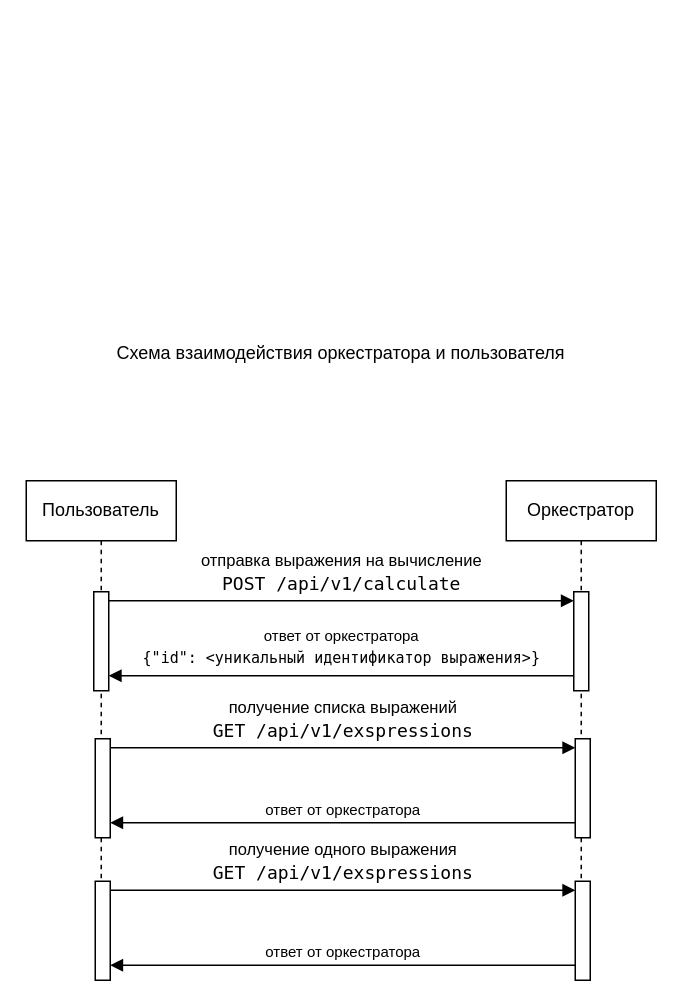
Earlier version of the draw.io diagram docs/пользователь_vs_оркестратор.drawio (raffalskaya/finalTask). Source tidied: cells renumbered, new cells numbered last; positions are measured from the earlier drawing's top-left corner, leaving out a move shared by most shapes. Both pictures are drawn from the tidied source at 150%, with x=0, y=0 at pixel (26, 330).
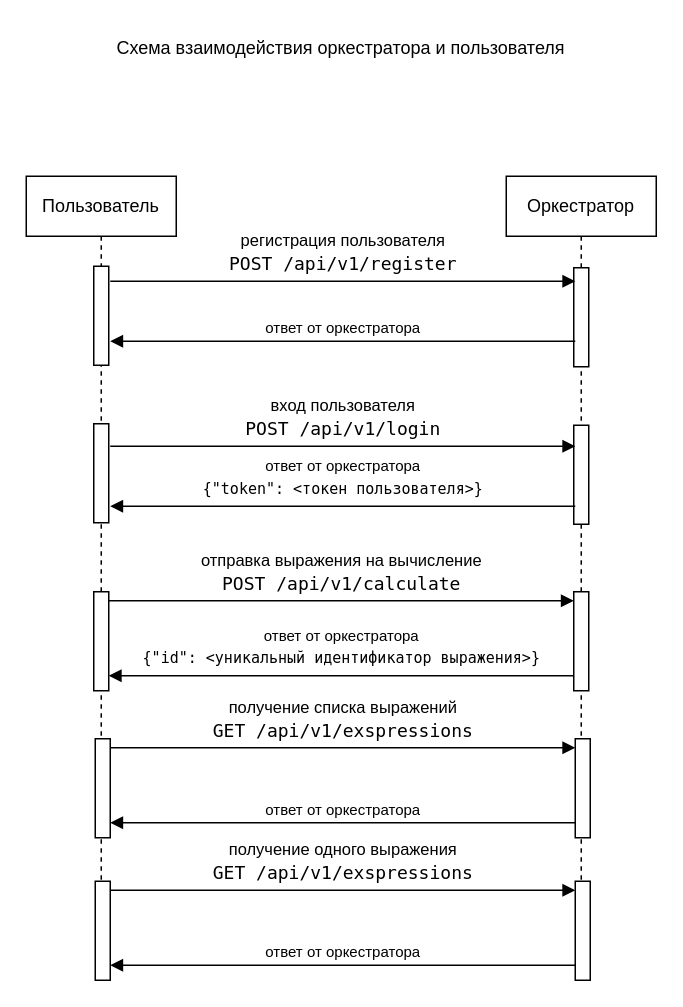
After the change.

Change to the diagram source:
```diff
@@
     <mxCell id="2" value="Пользователь" style="shape=umlLifeline;perimeter=lifelinePerimeter;whiteSpace=wrap;html=1;newEdgeStyle={&quot;edgeStyle&quot;:&quot;elbowEdgeStyle&quot;,&quot;elbow&quot;:&quot;vertical&quot;,&quot;curved&quot;:0,&quot;rounded&quot;:0};" parent="1" vertex="1">
-      <mxGeometry y="100" width="100" height="300" as="geometry" />
+      <mxGeometry y="-103" width="100" height="530" as="geometry" />
     </mxCell>
     <mxCell id="3" style="html=1;perimeter=orthogonalPerimeter;targetShapes=umlLifeline;newEdgeStyle={&quot;edgeStyle&quot;:&quot;elbowEdgeStyle&quot;,&quot;elbow&quot;:&quot;vertical&quot;,&quot;curved&quot;:0,&quot;rounded&quot;:0};" parent="2" vertex="1">
-      <mxGeometry x="45" y="74" width="10" height="66" as="geometry" />
+      <mxGeometry x="45" y="277" width="10" height="66" as="geometry" />
     </mxCell>
     <mxCell id="4" value="Оркестратор" style="shape=umlLifeline;perimeter=lifelinePerimeter;whiteSpace=wrap;html=1;newEdgeStyle={&quot;edgeStyle&quot;:&quot;elbowEdgeStyle&quot;,&quot;elbow&quot;:&quot;vertical&quot;,&quot;curved&quot;:0,&quot;rounded&quot;:0};" parent="1" vertex="1">
-      <mxGeometry x="320" y="100" width="100" height="300" as="geometry" />
+      <mxGeometry x="320" y="-103" width="100" height="530" as="geometry" />
     </mxCell>
@@
     <mxCell id="16" value="Схема взаимодействия оркестратора и пользователя" style="text;html=1;align=center;verticalAlign=middle;whiteSpace=wrap;rounded=0;" parent="1" vertex="1">
-      <mxGeometry x="15" width="390" height="30" as="geometry" />
+      <mxGeometry x="15" y="-203" width="390" height="30" as="geometry" />
     </mxCell>
+    <mxCell id="17" style="html=1;perimeter=orthogonalPerimeter;targetShapes=umlLifeline;newEdgeStyle={&quot;edgeStyle&quot;:&quot;elbowEdgeStyle&quot;,&quot;elbow&quot;:&quot;vertical&quot;,&quot;curved&quot;:0,&quot;rounded&quot;:0};" parent="1" vertex="1">
+      <mxGeometry x="45" y="-43" width="10" height="66" as="geometry" />
+    </mxCell>
+    <mxCell id="18" style="html=1;perimeter=orthogonalPerimeter;targetShapes=umlLifeline;newEdgeStyle={&quot;edgeStyle&quot;:&quot;elbowEdgeStyle&quot;,&quot;elbow&quot;:&quot;vertical&quot;,&quot;curved&quot;:0,&quot;rounded&quot;:0};" parent="1" vertex="1">
+      <mxGeometry x="365" y="-42" width="10" height="66" as="geometry" />
+    </mxCell>
+    <mxCell id="19" style="html=1;perimeter=orthogonalPerimeter;targetShapes=umlLifeline;newEdgeStyle={&quot;edgeStyle&quot;:&quot;elbowEdgeStyle&quot;,&quot;elbow&quot;:&quot;vertical&quot;,&quot;curved&quot;:0,&quot;rounded&quot;:0};" parent="1" vertex="1">
+      <mxGeometry x="45" y="62" width="10" height="66" as="geometry" />
+    </mxCell>
+    <mxCell id="20" style="html=1;perimeter=orthogonalPerimeter;targetShapes=umlLifeline;newEdgeStyle={&quot;edgeStyle&quot;:&quot;elbowEdgeStyle&quot;,&quot;elbow&quot;:&quot;vertical&quot;,&quot;curved&quot;:0,&quot;rounded&quot;:0};" parent="1" vertex="1">
+      <mxGeometry x="365" y="63" width="10" height="66" as="geometry" />
+    </mxCell>
+    <mxCell id="21" value="регистрация пользователя&lt;div&gt;&lt;div style=&quot;font-family: Menlo, Monaco, &amp;quot;Courier New&amp;quot;, monospace; font-size: 12px; line-height: 18px; white-space-collapse: preserve;&quot;&gt;POST /api/v1/register&lt;/div&gt;&lt;/div&gt;" style="html=1;verticalAlign=bottom;endArrow=block;edgeStyle=elbowEdgeStyle;elbow=vertical;curved=0;rounded=0;" parent="1" edge="1">
+      <mxGeometry relative="1" as="geometry">
+        <mxPoint x="56" y="-33" as="sourcePoint" />
+        <mxPoint x="366" y="-33" as="targetPoint" />
+        <Array as="points">
+          <mxPoint x="141" y="-33" />
+        </Array>
+      </mxGeometry>
+    </mxCell>
+    <mxCell id="22" value="&lt;font style=&quot;font-size: 10px;&quot;&gt;ответ от оркестратора&lt;/font&gt;" style="html=1;verticalAlign=bottom;endArrow=block;edgeStyle=elbowEdgeStyle;elbow=vertical;curved=0;rounded=0;" parent="1" edge="1">
+      <mxGeometry relative="1" as="geometry">
+        <mxPoint x="366" y="7" as="sourcePoint" />
+        <mxPoint x="56" y="7" as="targetPoint" />
+        <Array as="points">
+          <mxPoint x="131.5" y="7" />
+        </Array>
+      </mxGeometry>
+    </mxCell>
+    <mxCell id="23" value="вход пользователя&lt;div&gt;&lt;div style=&quot;font-family: Menlo, Monaco, &amp;quot;Courier New&amp;quot;, monospace; font-size: 12px; line-height: 18px; white-space-collapse: preserve;&quot;&gt;POST /api/v1/login&lt;/div&gt;&lt;/div&gt;" style="html=1;verticalAlign=bottom;endArrow=block;edgeStyle=elbowEdgeStyle;elbow=vertical;curved=0;rounded=0;" parent="1" edge="1">
+      <mxGeometry relative="1" as="geometry">
+        <mxPoint x="56" y="77" as="sourcePoint" />
+        <mxPoint x="366" y="77" as="targetPoint" />
+        <Array as="points">
+          <mxPoint x="141" y="77" />
+        </Array>
+      </mxGeometry>
+    </mxCell>
+    <mxCell id="24" value="&lt;font style=&quot;font-size: 10px;&quot;&gt;ответ от оркестратора&lt;/font&gt;&lt;div style=&quot;font-size: 10px;&quot;&gt;&lt;div style=&quot;font-family: Menlo, Monaco, &amp;quot;Courier New&amp;quot;, monospace; line-height: 18px; white-space-collapse: preserve;&quot;&gt;&lt;div style=&quot;&quot;&gt;&lt;font style=&quot;font-size: 10px;&quot;&gt;{&quot;token&quot;: &amp;lt;токен пользователя&amp;gt;}&lt;/font&gt;&lt;/div&gt;&lt;/div&gt;&lt;/div&gt;" style="html=1;verticalAlign=bottom;endArrow=block;edgeStyle=elbowEdgeStyle;elbow=vertical;curved=0;rounded=0;" parent="1" edge="1">
+      <mxGeometry relative="1" as="geometry">
+        <mxPoint x="366" y="117" as="sourcePoint" />
+        <mxPoint x="56" y="117" as="targetPoint" />
+        <Array as="points">
+          <mxPoint x="131.5" y="117" />
+        </Array>
+      </mxGeometry>
+    </mxCell>
```
